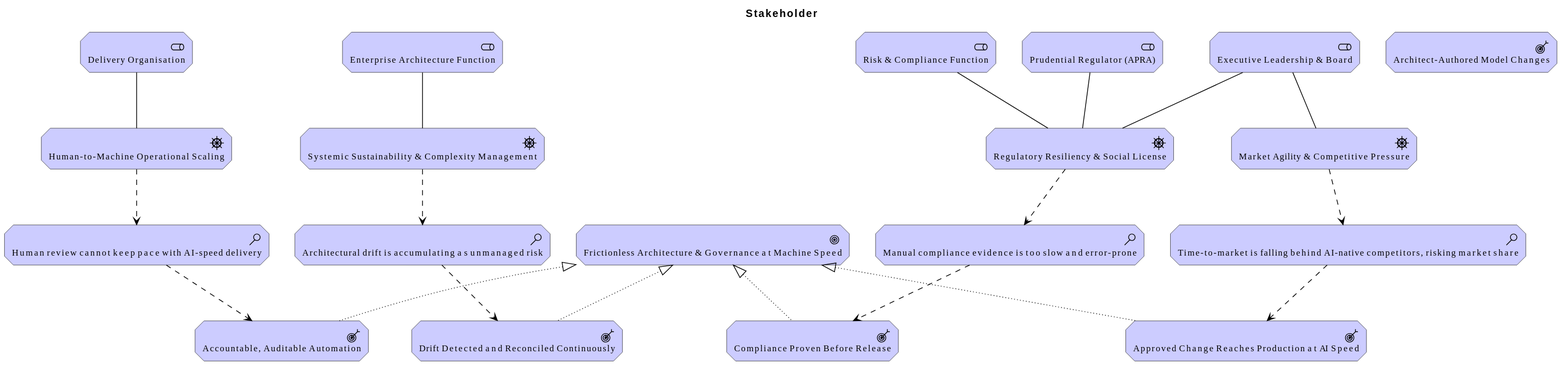
This is architecture/model/diagrams/vision/1-stakeholder.svg from wolffy-au/frictionless-architect, a PlantUML export, as it was before one commit.
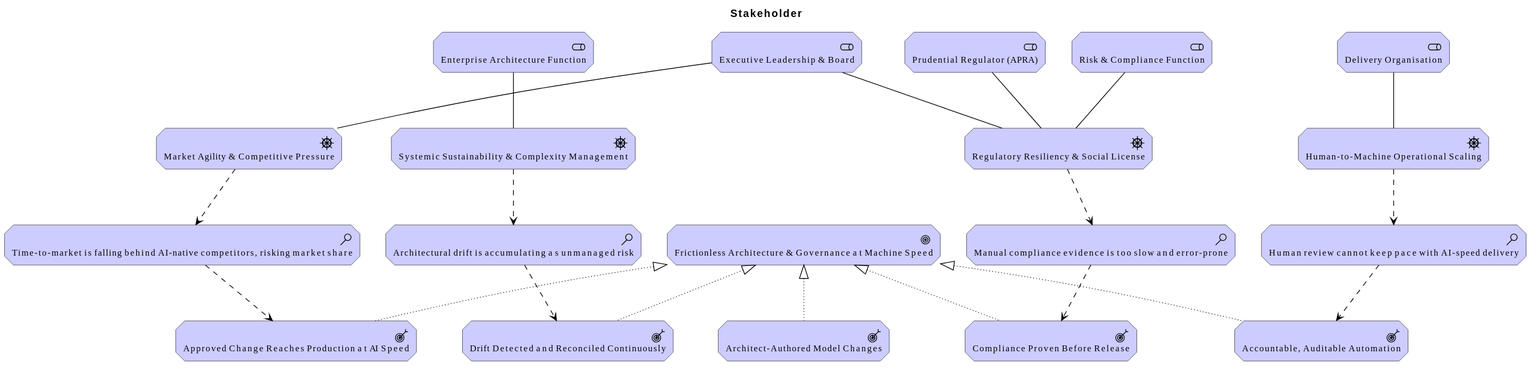
The same diagram one commit later.

Diff of the diagram source:
```diff
@@ -41,4 +41,5 @@
 Rel_Realization_Up(e_id3be36e7ab88a59, e_id76f6d8b4d70151, "")
 Rel_Realization_Up(e_id4f39e9ec8e4656, e_id76f6d8b4d70151, "")
 Rel_Realization_Up(e_ide8275430b0ad5e, e_id76f6d8b4d70151, "")
+Rel_Realization_Up(e_id162419e4eb6659, e_id76f6d8b4d70151, "")
 @enduml
```
